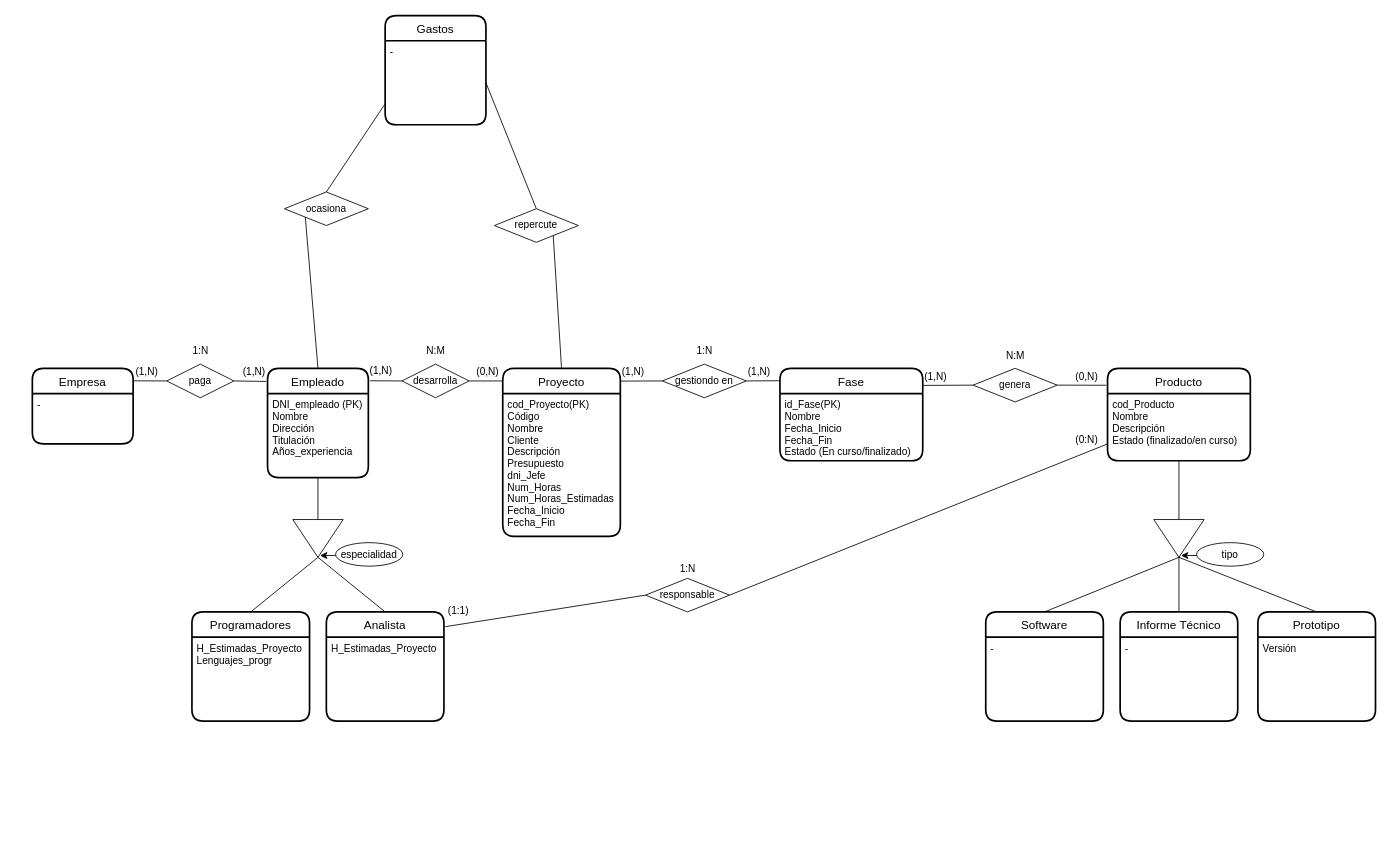
Amaado/DAM1_archives keeps this draw.io diagram as bbdd/Trimestre 2/Actividades/amado_cibreiro_andres_bd52/amado_cibreiro_andres_bd52.drawio. Above is the earlier version. Source tidied: cells renumbered, new cells numbered last; positions are measured from the earlier drawing's top-left corner, leaving out a move shared by most shapes. Both pictures are drawn from the tidied source at 84%, with x=0, y=0 at pixel (32, 15).
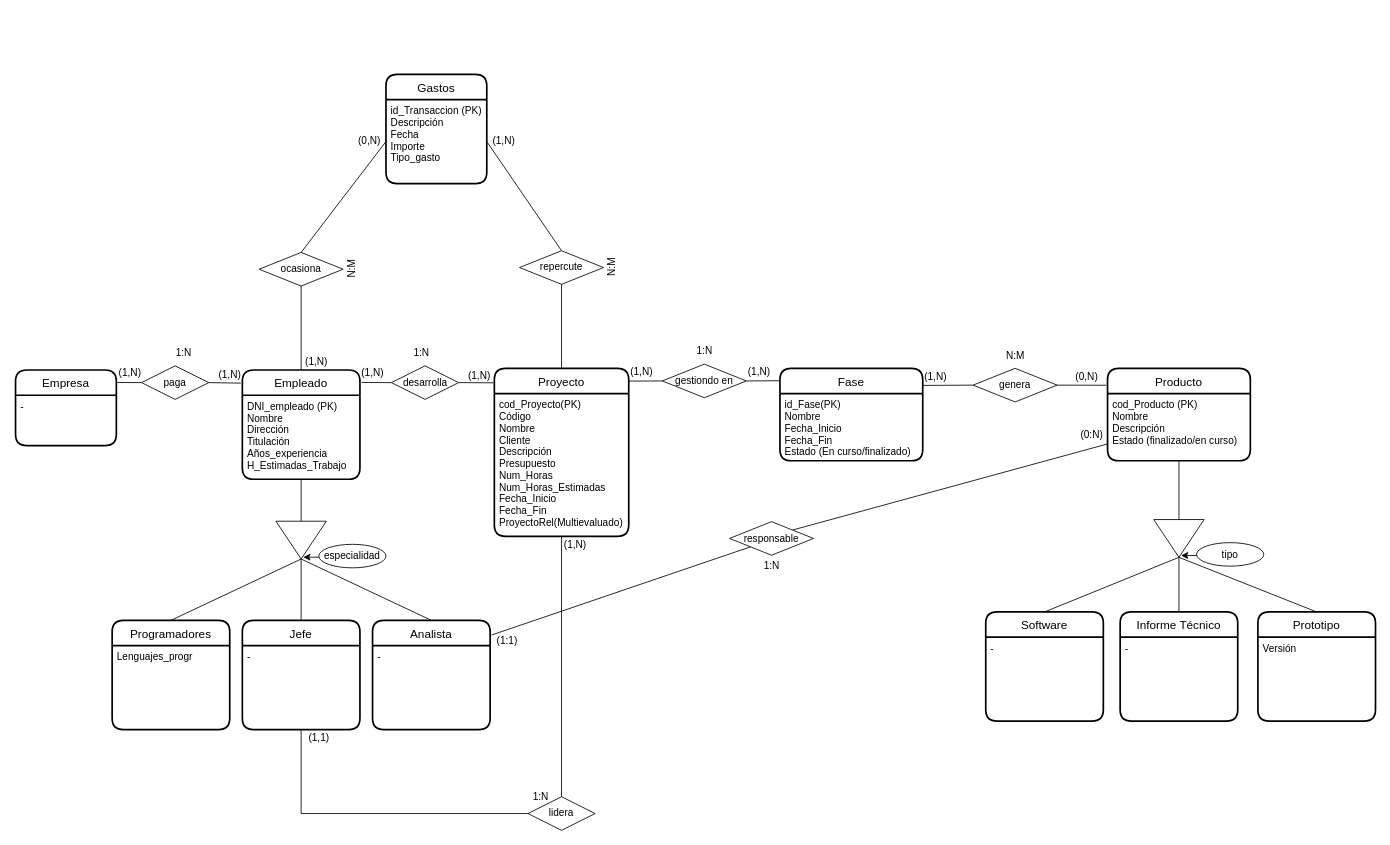
After the change.

The change refers to these unchanged cells:
```xml
<mxCell id="39" value="Producto" style="swimlane;horizontal=1;startSize=30;rounded=1;fontSize=14;fontStyle=0;strokeWidth=2;shadow=0;dashed=0;align=center;" parent="1" vertex="1">
  <mxGeometry x="1280" y="420" width="170" height="110" as="geometry" />
</mxCell>
```

The edit, as a diff of the source:
```diff
@@
     <mxCell id="2" value="Empresa" style="swimlane;horizontal=1;startSize=30;rounded=1;fontSize=14;fontStyle=0;strokeWidth=2;shadow=0;dashed=0;align=center;" parent="1" vertex="1">
-      <mxGeometry y="420" width="120" height="90" as="geometry" />
+      <mxGeometry x="-20" y="422" width="120" height="90" as="geometry" />
     </mxCell>
@@
     <mxCell id="4" value="desarrolla" style="shape=rhombus;perimeter=rhombusPerimeter;whiteSpace=wrap;html=1;align=center;" parent="1" vertex="1">
-      <mxGeometry x="440" y="415" width="80" height="40" as="geometry" />
+      <mxGeometry x="427.5" y="417" width="80" height="40" as="geometry" />
     </mxCell>
     <mxCell id="5" value="Proyecto" style="swimlane;horizontal=1;startSize=30;rounded=1;fontSize=14;fontStyle=0;strokeWidth=2;shadow=0;dashed=0;align=center;" parent="1" vertex="1">
-      <mxGeometry x="560" y="420" width="140" height="200" as="geometry" />
+      <mxGeometry x="550" y="420" width="160" height="200" as="geometry" />
     </mxCell>
-    <mxCell id="6" value="cod_Proyecto(PK)&#10;Código&#10;Nombre&#10;Cliente&#10;Descripción&#10;Presupuesto&#10;dni_Jefe&#10;Num_Horas&#10;Num_Horas_Estimadas&#10;Fecha_Inicio&#10;Fecha_Fin" style="align=left;strokeColor=none;fillColor=none;spacingLeft=4;fontSize=12;verticalAlign=top;fontStyle=0;" parent="5" vertex="1">
-      <mxGeometry y="30" width="140" height="170" as="geometry" />
+    <mxCell id="6" value="cod_Proyecto(PK)&#10;Código&#10;Nombre&#10;Cliente&#10;Descripción&#10;Presupuesto&#10;Num_Horas&#10;Num_Horas_Estimadas&#10;Fecha_Inicio&#10;Fecha_Fin&#10;ProyectoRel(Multievaluado)" style="align=left;strokeColor=none;fillColor=none;spacingLeft=4;fontSize=12;verticalAlign=top;fontStyle=0;" parent="5" vertex="1">
+      <mxGeometry y="30" width="160" height="170" as="geometry" />
     </mxCell>
@@
     <mxCell id="10" value="Empleado" style="swimlane;horizontal=1;startSize=30;rounded=1;fontSize=14;fontStyle=0;strokeWidth=2;shadow=0;dashed=0;align=center;" parent="1" vertex="1">
-      <mxGeometry x="280" y="420" width="120" height="130" as="geometry" />
+      <mxGeometry x="250" y="422" width="140" height="130" as="geometry" />
     </mxCell>
-    <mxCell id="11" value="DNI_empleado (PK)&#10;Nombre&#10;Dirección&#10;Titulación&#10;Años_experiencia&#10;" style="align=left;strokeColor=none;fillColor=none;spacingLeft=4;fontSize=12;verticalAlign=top;fontStyle=0;" parent="10" vertex="1">
-      <mxGeometry y="30" width="120" height="100" as="geometry" />
+    <mxCell id="11" value="DNI_empleado (PK)&#10;Nombre&#10;Dirección&#10;Titulación&#10;Años_experiencia&#10;H_Estimadas_Trabajo" style="align=left;strokeColor=none;fillColor=none;spacingLeft=4;fontSize=12;verticalAlign=top;fontStyle=0;" parent="10" vertex="1">
+      <mxGeometry y="30" width="140" height="100" as="geometry" />
     </mxCell>
     <mxCell id="12" value="paga" style="shape=rhombus;perimeter=rhombusPerimeter;whiteSpace=wrap;html=1;align=center;" parent="1" vertex="1">
-      <mxGeometry x="160" y="415" width="80" height="40" as="geometry" />
+      <mxGeometry x="130" y="417" width="80" height="40" as="geometry" />
     </mxCell>
     <mxCell id="13" value="Analista" style="swimlane;horizontal=1;startSize=30;rounded=1;fontSize=14;fontStyle=0;strokeWidth=2;shadow=0;dashed=0;align=center;" parent="1" vertex="1">
-      <mxGeometry x="350" y="710" width="140" height="130" as="geometry" />
+      <mxGeometry x="405" y="720" width="140" height="130" as="geometry" />
     </mxCell>
-    <mxCell id="14" value="H_Estimadas_Proyecto" style="align=left;strokeColor=none;fillColor=none;spacingLeft=4;fontSize=12;verticalAlign=top;fontStyle=0;" parent="13" vertex="1">
+    <mxCell id="14" value="-" style="align=left;strokeColor=none;fillColor=none;spacingLeft=4;fontSize=12;verticalAlign=top;fontStyle=0;" parent="13" vertex="1">
       <mxGeometry y="30" width="140" height="100" as="geometry" />
     </mxCell>
     <mxCell id="15" style="triangle;whiteSpace=wrap;html=1;rotation=90;" parent="1" vertex="1">
-      <mxGeometry x="317.5" y="592.5" width="45" height="60" as="geometry" />
+      <mxGeometry x="297.5" y="594.5" width="45" height="60" as="geometry" />
     </mxCell>
     <mxCell id="16" value="Programadores" style="swimlane;horizontal=1;startSize=30;rounded=1;fontSize=14;fontStyle=0;strokeWidth=2;shadow=0;dashed=0;align=center;" parent="1" vertex="1">
-      <mxGeometry x="190" y="710" width="140" height="130" as="geometry" />
+      <mxGeometry x="95" y="720" width="140" height="130" as="geometry" />
     </mxCell>
-    <mxCell id="17" value="H_Estimadas_Proyecto&#10;Lenguajes_progr" style="align=left;strokeColor=none;fillColor=none;spacingLeft=4;fontSize=12;verticalAlign=top;fontStyle=0;" parent="16" vertex="1">
+    <mxCell id="17" value="Lenguajes_progr" style="align=left;strokeColor=none;fillColor=none;spacingLeft=4;fontSize=12;verticalAlign=top;fontStyle=0;" parent="16" vertex="1">
       <mxGeometry y="30" width="140" height="100" as="geometry" />
     </mxCell>
@@
     <mxCell id="20" style="endArrow=none;html=1;entryX=0.5;entryY=1;entryDx=0;entryDy=0;" parent="1" edge="1" target="11">
       <mxGeometry relative="1" as="geometry">
-        <mxPoint x="340" y="600" as="sourcePoint" />
+        <mxPoint x="320" y="602" as="sourcePoint" />
       </mxGeometry>
     </mxCell>
@@
-    <mxCell id="24" style="endArrow=none;html=1;entryX=1;entryY=0.5;entryDx=0;entryDy=0;exitX=0;exitY=0.075;exitDx=0;exitDy=0;exitPerimeter=0;" parent="1" edge="1" source="5" target="4">
+    <mxCell id="24" style="endArrow=none;html=1;entryX=1;entryY=0.5;entryDx=0;entryDy=0;exitX=-0.007;exitY=0.086;exitDx=0;exitDy=0;exitPerimeter=0;" parent="1" edge="1" source="5" target="4">
       <mxGeometry relative="1" as="geometry" />
     </mxCell>
@@
     <mxCell id="28" value="1:N" style="text;html=1;align=center;verticalAlign=middle;strokeColor=none;fillColor=none;" parent="1" vertex="1">
-      <mxGeometry x="180" y="385" width="40" height="30" as="geometry" />
+      <mxGeometry x="160" y="387" width="40" height="30" as="geometry" />
     </mxCell>
-    <mxCell id="29" value="N:M" style="text;html=1;align=center;verticalAlign=middle;strokeColor=none;fillColor=none;" parent="1" vertex="1">
-      <mxGeometry x="455" y="385" width="50" height="30" as="geometry" />
+    <mxCell id="29" value="1:N" style="text;html=1;align=center;verticalAlign=middle;strokeColor=none;fillColor=none;" parent="1" vertex="1">
+      <mxGeometry x="447.5" y="392" width="30" height="20" as="geometry" />
     </mxCell>
     <mxCell id="30" value="(1,N)" style="text;html=1;align=center;verticalAlign=middle;strokeColor=none;fillColor=none;" parent="1" vertex="1">
-      <mxGeometry x="111" y="409" width="50" height="30" as="geometry" />
+      <mxGeometry x="91" y="411" width="50" height="30" as="geometry" />
     </mxCell>
     <mxCell id="31" value="&lt;span style=&quot;color: rgb(0, 0, 0); font-family: Helvetica; font-size: 12px; font-style: normal; font-variant-ligatures: normal; font-variant-caps: normal; font-weight: 400; letter-spacing: normal; orphans: 2; text-align: center; text-indent: 0px; text-transform: none; widows: 2; word-spacing: 0px; -webkit-text-stroke-width: 0px; background-color: rgb(251, 251, 251); text-decoration-thickness: initial; text-decoration-style: initial; text-decoration-color: initial; float: none; display: inline !important;&quot;&gt;(1,N)&lt;/span&gt;" style="text;whiteSpace=wrap;html=1;" parent="1" vertex="1">
-      <mxGeometry x="249" y="410" width="31" height="40" as="geometry" />
+      <mxGeometry x="220" y="414" width="31" height="40" as="geometry" />
     </mxCell>
     <mxCell id="32" value="&lt;span style=&quot;color: rgb(0, 0, 0); font-family: Helvetica; font-size: 12px; font-style: normal; font-variant-ligatures: normal; font-variant-caps: normal; font-weight: 400; letter-spacing: normal; orphans: 2; text-align: center; text-indent: 0px; text-transform: none; widows: 2; word-spacing: 0px; -webkit-text-stroke-width: 0px; background-color: rgb(251, 251, 251); text-decoration-thickness: initial; text-decoration-style: initial; text-decoration-color: initial; float: none; display: inline !important;&quot;&gt;(1,N)&lt;/span&gt;" style="text;whiteSpace=wrap;html=1;" parent="1" vertex="1">
-      <mxGeometry x="400" y="409" width="60" height="40" as="geometry" />
+      <mxGeometry x="389.5" y="412" width="60" height="40" as="geometry" />
     </mxCell>
-    <mxCell id="33" value="&lt;span style=&quot;color: rgb(0, 0, 0); font-family: Helvetica; font-size: 12px; font-style: normal; font-variant-ligatures: normal; font-variant-caps: normal; font-weight: 400; letter-spacing: normal; orphans: 2; text-align: center; text-indent: 0px; text-transform: none; widows: 2; word-spacing: 0px; -webkit-text-stroke-width: 0px; background-color: rgb(251, 251, 251); text-decoration-thickness: initial; text-decoration-style: initial; text-decoration-color: initial; float: none; display: inline !important;&quot;&gt;(0,N)&lt;/span&gt;" style="text;whiteSpace=wrap;html=1;" parent="1" vertex="1">
-      <mxGeometry x="527" y="410" width="33" height="20" as="geometry" />
+    <mxCell id="33" value="&lt;span style=&quot;color: rgb(0 , 0 , 0) ; font-family: &amp;#34;helvetica&amp;#34; ; font-size: 12px ; font-style: normal ; font-weight: 400 ; letter-spacing: normal ; text-align: center ; text-indent: 0px ; text-transform: none ; word-spacing: 0px ; background-color: rgb(251 , 251 , 251) ; float: none ; display: inline&quot;&gt;(1,N)&lt;/span&gt;" style="text;whiteSpace=wrap;html=1;" parent="1" vertex="1">
+      <mxGeometry x="517" y="415" width="33" height="20" as="geometry" />
     </mxCell>
     <mxCell id="34" value="(1,N)" style="text;html=1;align=center;verticalAlign=middle;strokeColor=none;fillColor=none;" parent="1" vertex="1">
-      <mxGeometry x="690" y="409" width="50" height="30" as="geometry" />
+      <mxGeometry x="700" y="409" width="50" height="30" as="geometry" />
     </mxCell>
@@
     <mxCell id="36" style="edgeStyle=orthogonalEdgeStyle;rounded=0;jettySize=auto;html=1;entryX=0.951;entryY=0.458;entryDx=0;entryDy=0;entryPerimeter=0;" parent="1" edge="1" target="15">
       <mxGeometry relative="1" as="geometry">
-        <mxPoint x="410" y="632.5" as="sourcePoint" />
+        <mxPoint x="390" y="634.5" as="sourcePoint" />
         <Array as="points">
-          <mxPoint x="410" y="640" />
-          <mxPoint x="390" y="640" />
-          <mxPoint x="390" y="643" />
+          <mxPoint x="390" y="642" />
+          <mxPoint x="370" y="642" />
+          <mxPoint x="370" y="645" />
         </Array>
       </mxGeometry>
     </mxCell>
     <mxCell id="37" value="especialidad" style="ellipse;whiteSpace=wrap;html=1;" parent="1" vertex="1">
-      <mxGeometry x="361" y="627.5" width="80" height="28" as="geometry" />
+      <mxGeometry x="341" y="629.5" width="80" height="28" as="geometry" />
     </mxCell>
@@
-    <mxCell id="40" value="cod_Producto&#10;Nombre&#10;Descripción&#10;Estado (finalizado/en curso)" style="align=left;strokeColor=none;fillColor=none;spacingLeft=4;fontSize=12;verticalAlign=top;fontStyle=0;" parent="39" vertex="1">
+    <mxCell id="40" value="cod_Producto (PK)&#10;Nombre&#10;Descripción&#10;Estado (finalizado/en curso)" style="align=left;strokeColor=none;fillColor=none;spacingLeft=4;fontSize=12;verticalAlign=top;fontStyle=0;" parent="39" vertex="1">
       <mxGeometry y="30" width="170" height="80" as="geometry" />
     </mxCell>
@@
-    <mxCell id="59" style="endArrow=none;html=1;entryX=0;entryY=0.75;entryDx=0;entryDy=0;exitX=1;exitY=0.5;exitDx=0;exitDy=0;" parent="1" edge="1" source="60" target="40">
+    <mxCell id="59" style="endArrow=none;html=1;entryX=0;entryY=0.75;entryDx=0;entryDy=0;exitX=1;exitY=0;exitDx=0;exitDy=0;" parent="1" edge="1" source="60" target="40">
       <mxGeometry relative="1" as="geometry" />
     </mxCell>
     <mxCell id="60" value="responsable" style="shape=rhombus;perimeter=rhombusPerimeter;whiteSpace=wrap;html=1;align=center;" parent="1" vertex="1">
-      <mxGeometry x="730" y="670" width="100" height="40" as="geometry" />
+      <mxGeometry x="830" y="602.5" width="100" height="40" as="geometry" />
     </mxCell>
-    <mxCell id="61" style="endArrow=none;html=1;entryX=0;entryY=0.5;entryDx=0;entryDy=0;exitX=1.011;exitY=0.135;exitDx=0;exitDy=0;exitPerimeter=0;" parent="1" edge="1" source="13" target="60">
+    <mxCell id="61" style="endArrow=none;html=1;entryX=0;entryY=1;entryDx=0;entryDy=0;exitX=1.011;exitY=0.135;exitDx=0;exitDy=0;exitPerimeter=0;" parent="1" edge="1" source="13" target="60">
       <mxGeometry relative="1" as="geometry" />
     </mxCell>
     <mxCell id="62" value="1:N" style="text;html=1;align=center;verticalAlign=middle;strokeColor=none;fillColor=none;" parent="1" vertex="1">
-      <mxGeometry x="760" y="644" width="40" height="30" as="geometry" />
+      <mxGeometry x="860" y="640" width="40" height="30" as="geometry" />
     </mxCell>
     <mxCell id="63" value="(1:1)" style="text;html=1;align=center;verticalAlign=middle;strokeColor=none;fillColor=none;" parent="1" vertex="1">
-      <mxGeometry x="482" y="694" width="50" height="30" as="geometry" />
+      <mxGeometry x="540" y="730" width="50" height="30" as="geometry" />
     </mxCell>
     <mxCell id="64" value="(0:N)" style="text;html=1;align=center;verticalAlign=middle;strokeColor=none;fillColor=none;" parent="1" vertex="1">
-      <mxGeometry x="1230" y="490" width="50" height="30" as="geometry" />
+      <mxGeometry x="1236" y="485" width="50" height="30" as="geometry" />
     </mxCell>
     <mxCell id="65" value="ocasiona" style="shape=rhombus;perimeter=rhombusPerimeter;whiteSpace=wrap;html=1;align=center;" parent="1" vertex="1">
-      <mxGeometry x="300" y="210" width="100" height="40" as="geometry" />
+      <mxGeometry x="270" y="282" width="100" height="40" as="geometry" />
     </mxCell>
-    <mxCell id="66" style="endArrow=none;html=1;exitX=0.5;exitY=0;exitDx=0;exitDy=0;entryX=0;entryY=1;entryDx=0;entryDy=0;" parent="1" edge="1" source="10" target="65">
+    <mxCell id="66" style="endArrow=none;html=1;exitX=0.5;exitY=0;exitDx=0;exitDy=0;entryX=0.5;entryY=1;entryDx=0;entryDy=0;" parent="1" edge="1" source="10" target="65">
       <mxGeometry relative="1" as="geometry" />
     </mxCell>
-    <mxCell id="67" style="endArrow=none;html=1;exitX=0.5;exitY=0;exitDx=0;exitDy=0;" parent="1" edge="1" source="5">
-      <mxGeometry relative="1" as="geometry">
-        <mxPoint x="620" y="260" as="targetPoint" />
-      </mxGeometry>
+    <mxCell id="67" style="endArrow=none;html=1;exitX=0.5;exitY=0;exitDx=0;exitDy=0;entryX=0.5;entryY=1;entryDx=0;entryDy=0;" parent="1" edge="1" source="5" target="71">
+      <mxGeometry relative="1" as="geometry" />
     </mxCell>
-    <mxCell id="68" style="endArrow=none;html=1;entryX=0.5;entryY=0;entryDx=0;entryDy=0;exitX=0;exitY=0.75;exitDx=0;exitDy=0;" parent="1" edge="1" source="70" target="65">
+    <mxCell id="68" style="endArrow=none;html=1;entryX=0.5;entryY=0;entryDx=0;entryDy=0;exitX=0;exitY=0.5;exitDx=0;exitDy=0;" parent="1" edge="1" source="70" target="65">
       <mxGeometry relative="1" as="geometry" />
     </mxCell>
     <mxCell id="69" value="Gastos" style="swimlane;horizontal=1;startSize=30;rounded=1;fontSize=14;fontStyle=0;strokeWidth=2;shadow=0;dashed=0;align=center;" parent="1" vertex="1">
-      <mxGeometry x="420" width="120" height="130" as="geometry" />
+      <mxGeometry x="421" y="70" width="120" height="130" as="geometry" />
     </mxCell>
-    <mxCell id="70" value="-" style="align=left;strokeColor=none;fillColor=none;spacingLeft=4;fontSize=12;verticalAlign=top;fontStyle=0;" parent="69" vertex="1">
+    <mxCell id="70" value="id_Transaccion (PK)&#10;Descripción&#10;Fecha&#10;Importe&#10;Tipo_gasto" style="align=left;strokeColor=none;fillColor=none;spacingLeft=4;fontSize=12;verticalAlign=top;fontStyle=0;" parent="69" vertex="1">
       <mxGeometry y="30" width="120" height="100" as="geometry" />
     </mxCell>
     <mxCell id="71" value="repercute" style="shape=rhombus;perimeter=rhombusPerimeter;whiteSpace=wrap;html=1;align=center;" parent="1" vertex="1">
-      <mxGeometry x="550" y="230" width="100" height="40" as="geometry" />
+      <mxGeometry x="580" y="280" width="100" height="40" as="geometry" />
     </mxCell>
@@
+    <mxCell id="73" style="endArrow=none;html=1;entryX=1;entryY=0.5;entryDx=0;entryDy=0;exitX=0.5;exitY=0;exitDx=0;exitDy=0;" parent="1" edge="1" source="74" target="15">
+      <mxGeometry relative="1" as="geometry" />
+    </mxCell>
+    <mxCell id="74" value="Jefe" style="swimlane;horizontal=1;startSize=30;rounded=1;fontSize=14;fontStyle=0;strokeWidth=2;shadow=0;dashed=0;align=center;" parent="1" vertex="1">
+      <mxGeometry x="250" y="720" width="140" height="130" as="geometry" />
+    </mxCell>
+    <mxCell id="75" value="-" style="align=left;strokeColor=none;fillColor=none;spacingLeft=4;fontSize=12;verticalAlign=top;fontStyle=0;" parent="74" vertex="1">
+      <mxGeometry y="30" width="140" height="100" as="geometry" />
+    </mxCell>
+    <mxCell id="76" style="endArrow=none;html=1;exitX=0.5;exitY=1;exitDx=0;exitDy=0;" parent="1" edge="1" source="74">
+      <mxGeometry relative="1" as="geometry">
+        <mxPoint x="320" y="950" as="targetPoint" />
+      </mxGeometry>
+    </mxCell>
+    <mxCell id="77" value="lidera" style="shape=rhombus;perimeter=rhombusPerimeter;whiteSpace=wrap;html=1;align=center;" parent="1" vertex="1">
+      <mxGeometry x="590" y="930" width="80" height="40" as="geometry" />
+    </mxCell>
+    <mxCell id="78" style="endArrow=none;html=1;exitX=0;exitY=0.5;exitDx=0;exitDy=0;" parent="1" edge="1" source="77">
+      <mxGeometry relative="1" as="geometry">
+        <mxPoint x="320" y="950" as="targetPoint" />
+      </mxGeometry>
+    </mxCell>
+    <mxCell id="79" style="endArrow=none;html=1;exitX=0.5;exitY=0;exitDx=0;exitDy=0;entryX=0.5;entryY=1;entryDx=0;entryDy=0;" parent="1" edge="1" source="77" target="6">
+      <mxGeometry relative="1" as="geometry" />
+    </mxCell>
+    <mxCell id="80" value="1:N" style="text;html=1;align=center;verticalAlign=middle;" parent="1" vertex="1">
+      <mxGeometry x="590" y="920" width="30" height="20" as="geometry" />
+    </mxCell>
+    <mxCell id="81" value="(1,1)" style="text;html=1;align=center;verticalAlign=middle;" parent="1" vertex="1">
+      <mxGeometry x="321" y="850" width="40" height="20" as="geometry" />
+    </mxCell>
+    <mxCell id="82" value="(1,N)" style="text;html=1;align=center;verticalAlign=middle;" parent="1" vertex="1">
+      <mxGeometry x="626" y="620" width="40" height="20" as="geometry" />
+    </mxCell>
+    <mxCell id="83" value="N:M" style="text;html=1;align=center;verticalAlign=middle;rotation=-90;" parent="1" vertex="1">
+      <mxGeometry x="361" y="292" width="40" height="20" as="geometry" />
+    </mxCell>
+    <mxCell id="84" value="(1,N)" style="text;html=1;align=center;verticalAlign=middle;" parent="1" vertex="1">
+      <mxGeometry x="318" y="402" width="40" height="20" as="geometry" />
+    </mxCell>
+    <mxCell id="85" value="(0,N)" style="text;html=1;align=center;verticalAlign=middle;" parent="1" vertex="1">
+      <mxGeometry x="381" y="140" width="40" height="20" as="geometry" />
+    </mxCell>
+    <mxCell id="86" value="N:M" style="text;html=1;align=center;verticalAlign=middle;rotation=-90;" parent="1" vertex="1">
+      <mxGeometry x="670" y="290" width="40" height="20" as="geometry" />
+    </mxCell>
+    <mxCell id="87" value="(1,N)" style="text;html=1;align=center;verticalAlign=middle;" parent="1" vertex="1">
+      <mxGeometry x="541" y="140" width="40" height="20" as="geometry" />
+    </mxCell>
```
